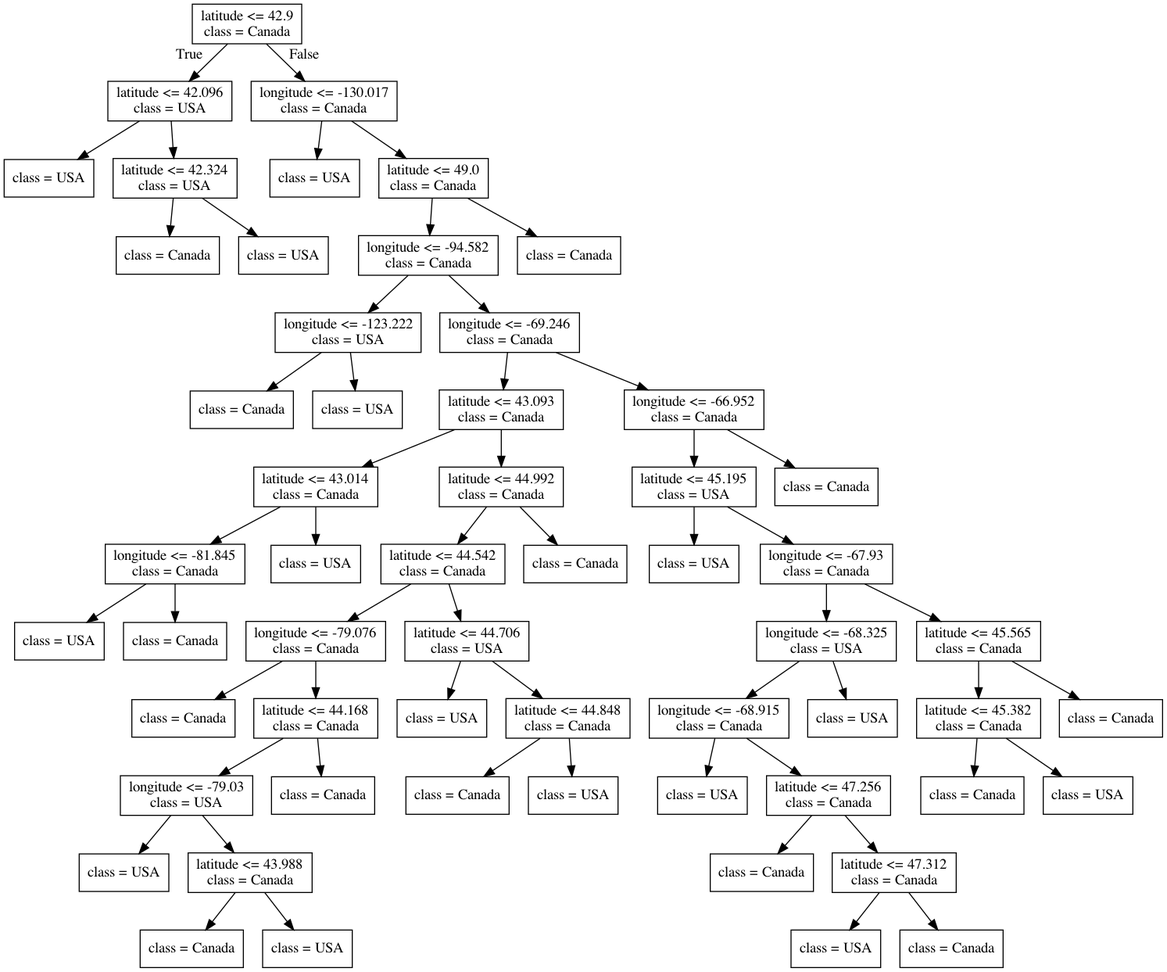
Earlier version of the Graphviz export lectures/Source.gv.png (bait509-ubc/BAIT509). Its source is kept beside it as lectures/Source.gv.
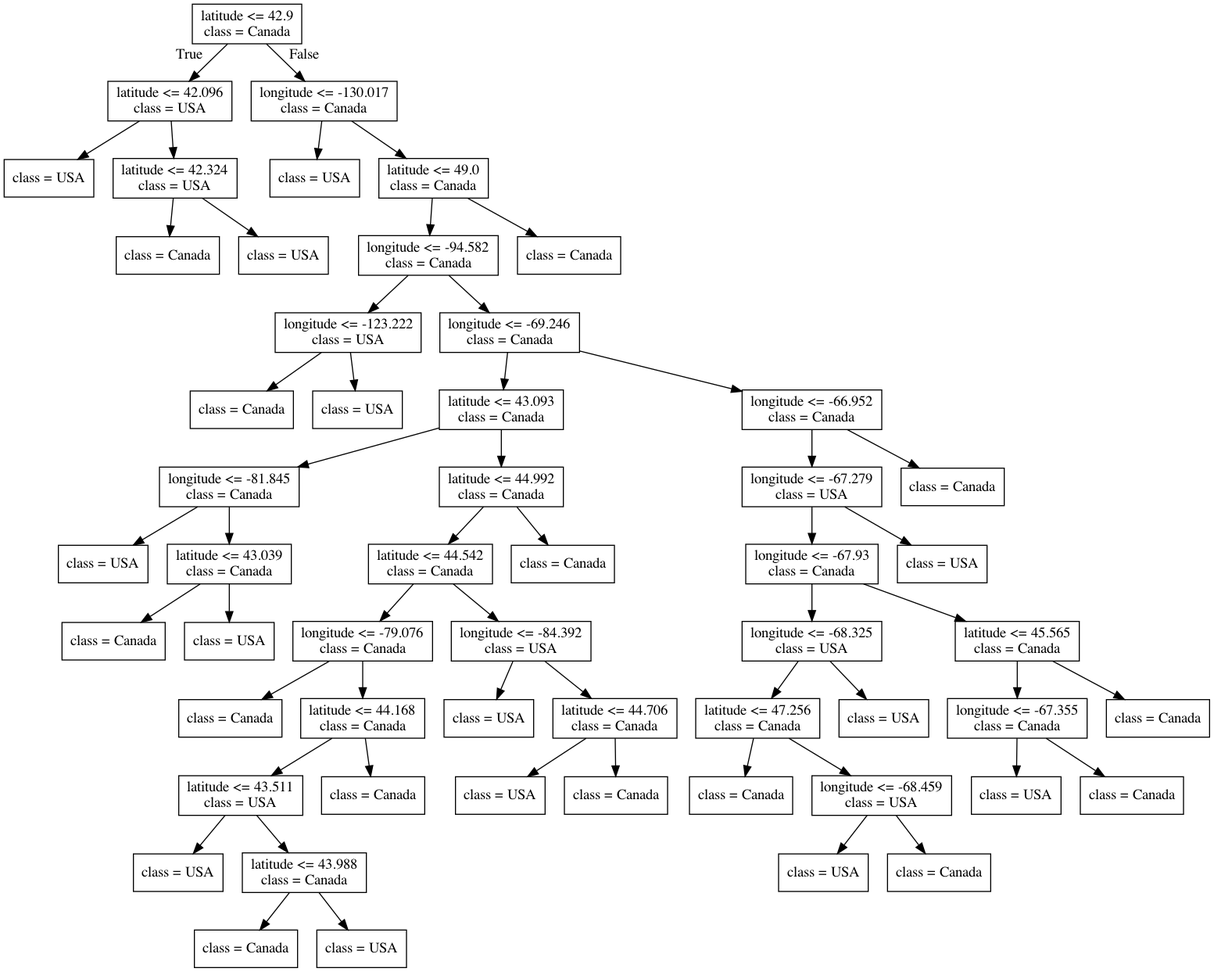
After the change.

Diff of the diagram source:
```diff
@@ -29,16 +29,16 @@
 9 -> 13 ;
 14 [label="latitude <= 43.093\nclass = Canada"] ;
 13 -> 14 ;
-15 [label="latitude <= 43.014\nclass = Canada"] ;
+15 [label="longitude <= -81.845\nclass = Canada"] ;
 14 -> 15 ;
-16 [label="longitude <= -81.845\nclass = Canada"] ;
+16 [label="class = USA"] ;
 15 -> 16 ;
-17 [label="class = USA"] ;
-16 -> 17 ;
+17 [label="latitude <= 43.039\nclass = Canada"] ;
+15 -> 17 ;
 18 [label="class = Canada"] ;
-16 -> 18 ;
+17 -> 18 ;
 19 [label="class = USA"] ;
-15 -> 19 ;
+17 -> 19 ;
 20 [label="latitude <= 44.992\nclass = Canada"] ;
 14 -> 20 ;
 21 [label="latitude <= 44.542\nclass = Canada"] ;
@@ -49,7 +49,7 @@
 22 -> 23 ;
 24 [label="latitude <= 44.168\nclass = Canada"] ;
 22 -> 24 ;
-25 [label="longitude <= -79.03\nclass = USA"] ;
+25 [label="latitude <= 43.511\nclass = USA"] ;
 24 -> 25 ;
 26 [label="class = USA"] ;
 25 -> 26 ;
@@ -61,56 +61,52 @@
 27 -> 29 ;
 30 [label="class = Canada"] ;
 24 -> 30 ;
-31 [label="latitude <= 44.706\nclass = USA"] ;
+31 [label="longitude <= -84.392\nclass = USA"] ;
 21 -> 31 ;
 32 [label="class = USA"] ;
 31 -> 32 ;
-33 [label="latitude <= 44.848\nclass = Canada"] ;
+33 [label="latitude <= 44.706\nclass = Canada"] ;
 31 -> 33 ;
-34 [label="class = Canada"] ;
+34 [label="class = USA"] ;
 33 -> 34 ;
-35 [label="class = USA"] ;
+35 [label="class = Canada"] ;
 33 -> 35 ;
 36 [label="class = Canada"] ;
 20 -> 36 ;
 37 [label="longitude <= -66.952\nclass = Canada"] ;
 13 -> 37 ;
-38 [label="latitude <= 45.195\nclass = USA"] ;
+38 [label="longitude <= -67.279\nclass = USA"] ;
 37 -> 38 ;
-39 [label="class = USA"] ;
+39 [label="longitude <= -67.93\nclass = Canada"] ;
 38 -> 39 ;
-40 [label="longitude <= -67.93\nclass = Canada"] ;
-38 -> 40 ;
-41 [label="longitude <= -68.325\nclass = USA"] ;
+40 [label="longitude <= -68.325\nclass = USA"] ;
+39 -> 40 ;
+41 [label="latitude <= 47.256\nclass = Canada"] ;
 40 -> 41 ;
-42 [label="longitude <= -68.915\nclass = Canada"] ;
+42 [label="class = Canada"] ;
 41 -> 42 ;
-43 [label="class = USA"] ;
-42 -> 43 ;
-44 [label="latitude <= 47.256\nclass = Canada"] ;
-42 -> 44 ;
+43 [label="longitude <= -68.459\nclass = USA"] ;
+41 -> 43 ;
+44 [label="class = USA"] ;
+43 -> 44 ;
 45 [label="class = Canada"] ;
-44 -> 45 ;
-46 [label="latitude <= 47.312\nclass = Canada"] ;
-44 -> 46 ;
-47 [label="class = USA"] ;
-46 -> 47 ;
-48 [label="class = Canada"] ;
-46 -> 48 ;
+43 -> 45 ;
+46 [label="class = USA"] ;
+40 -> 46 ;
+47 [label="latitude <= 45.565\nclass = Canada"] ;
+39 -> 47 ;
+48 [label="longitude <= -67.355\nclass = Canada"] ;
+47 -> 48 ;
 49 [label="class = USA"] ;
-41 -> 49 ;
-50 [label="latitude <= 45.565\nclass = Canada"] ;
-40 -> 50 ;
-51 [label="latitude <= 45.382\nclass = Canada"] ;
-50 -> 51 ;
-52 [label="class = Canada"] ;
-51 -> 52 ;
-53 [label="class = USA"] ;
-51 -> 53 ;
+48 -> 49 ;
+50 [label="class = Canada"] ;
+48 -> 50 ;
+51 [label="class = Canada"] ;
+47 -> 51 ;
+52 [label="class = USA"] ;
+38 -> 52 ;
+53 [label="class = Canada"] ;
+37 -> 53 ;
 54 [label="class = Canada"] ;
-50 -> 54 ;
-55 [label="class = Canada"] ;
-37 -> 55 ;
-56 [label="class = Canada"] ;
-8 -> 56 ;
+8 -> 54 ;
 }
```
